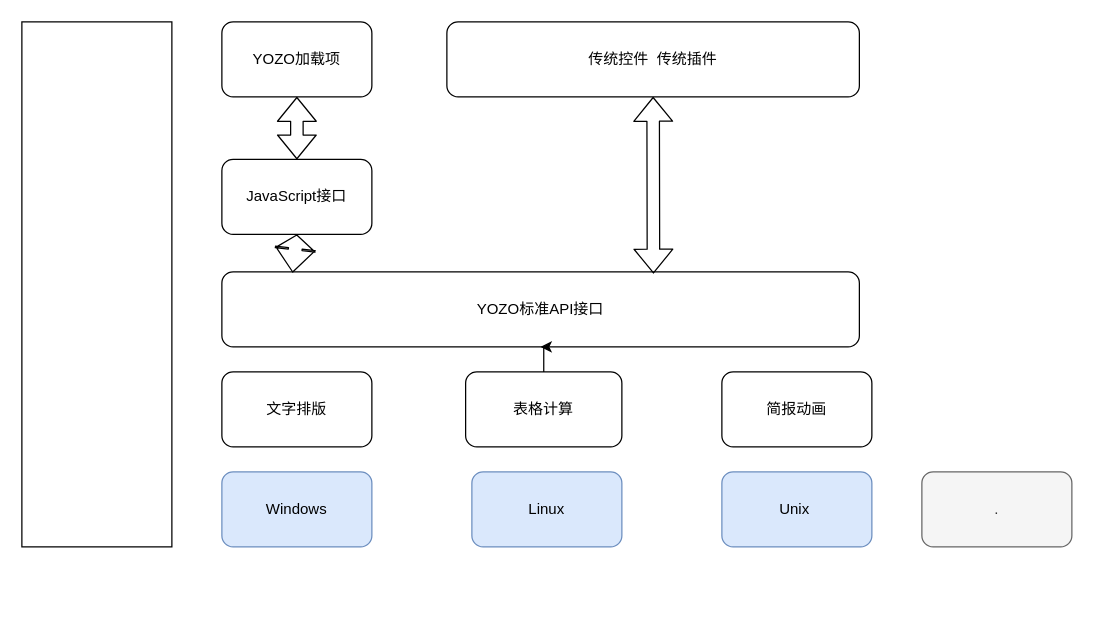
Before: images/JSAPI流程.drawio in SupermanLe/jvm, a draw.io diagram. Source tidied: cells renumbered, new cells numbered last; positions are measured from the earlier drawing's top-left corner, leaving out a move shared by most shapes. Both pictures are drawn from the tidied source at 125%, with x=0, y=0 at pixel (21, 21).
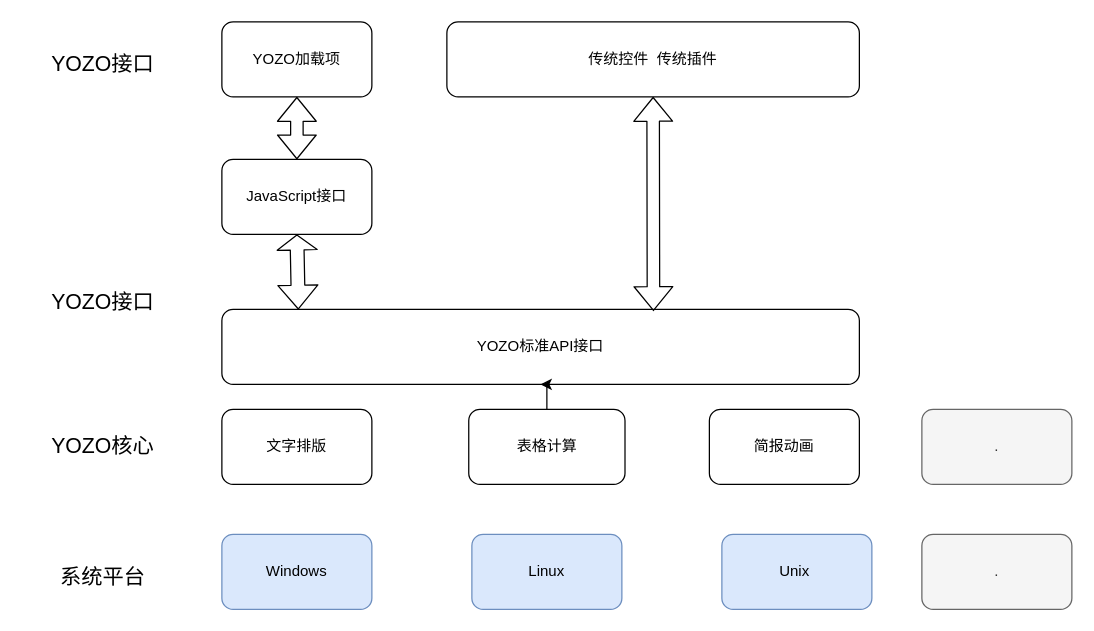
Above is the later version.

Unchanged cells that the change refers to:
```xml
<mxCell id="9" value="JavaScript接口" style="rounded=1;whiteSpace=wrap;html=1;" parent="1" vertex="1">
  <mxGeometry x="160" y="110" width="120" height="60" as="geometry" />
</mxCell>
```

Diff of the diagram source:
```diff
@@
     <mxCell id="2" value="Windows" style="rounded=1;whiteSpace=wrap;html=1;fillColor=#dae8fc;strokeColor=#6c8ebf;" parent="1" vertex="1">
-      <mxGeometry x="160" y="360" width="120" height="60" as="geometry" />
+      <mxGeometry x="160" y="410" width="120" height="60" as="geometry" />
     </mxCell>
     <mxCell id="3" value="Linux" style="rounded=1;whiteSpace=wrap;html=1;fillColor=#dae8fc;strokeColor=#6c8ebf;" parent="1" vertex="1">
-      <mxGeometry x="360" y="360" width="120" height="60" as="geometry" />
+      <mxGeometry x="360" y="410" width="120" height="60" as="geometry" />
     </mxCell>
     <mxCell id="4" value="Unix&amp;nbsp;" style="rounded=1;whiteSpace=wrap;html=1;fillColor=#dae8fc;strokeColor=#6c8ebf;" parent="1" vertex="1">
-      <mxGeometry x="560" y="360" width="120" height="60" as="geometry" />
+      <mxGeometry x="560" y="410" width="120" height="60" as="geometry" />
     </mxCell>
-    <mxCell id="5" style="whiteSpace=wrap;html=1;" parent="1" vertex="1">
-      <mxGeometry width="120" height="420" as="geometry" />
-    </mxCell>
     <mxCell id="6" value="." style="rounded=1;whiteSpace=wrap;html=1;fillColor=#f5f5f5;strokeColor=#666666;fontColor=#333333;" parent="1" vertex="1">
-      <mxGeometry x="720" y="360" width="120" height="60" as="geometry" />
+      <mxGeometry x="720" y="410" width="120" height="60" as="geometry" />
     </mxCell>
@@
     <mxCell id="10" value="YOZO标准API接口" style="rounded=1;whiteSpace=wrap;html=1;" parent="1" vertex="1">
-      <mxGeometry x="160" y="200" width="510" height="60" as="geometry" />
+      <mxGeometry x="160" y="230" width="510" height="60" as="geometry" />
     </mxCell>
     <mxCell id="11" value="文字排版" style="rounded=1;whiteSpace=wrap;html=1;" parent="1" vertex="1">
-      <mxGeometry x="160" y="280" width="120" height="60" as="geometry" />
+      <mxGeometry x="160" y="310" width="120" height="60" as="geometry" />
     </mxCell>
@@
     <mxCell id="13" value="表格计算" style="rounded=1;whiteSpace=wrap;html=1;" parent="1" vertex="1">
-      <mxGeometry x="355" y="280" width="125" height="60" as="geometry" />
+      <mxGeometry x="357.5" y="310" width="125" height="60" as="geometry" />
     </mxCell>
     <mxCell id="14" value="简报动画" style="rounded=1;whiteSpace=wrap;html=1;" parent="1" vertex="1">
-      <mxGeometry x="560" y="280" width="120" height="60" as="geometry" />
+      <mxGeometry x="550" y="310" width="120" height="60" as="geometry" />
     </mxCell>
@@
-    <mxCell id="17" style="shape=flexArrow;endArrow=classic;startArrow=classic;html=1;entryX=0.5;entryY=1;entryDx=0;entryDy=0;width=11;endSize=3.64;exitX=0.111;exitY=0.01;exitDx=0;exitDy=0;exitPerimeter=0;" parent="1" edge="1" source="10" target="9">
+    <mxCell id="17" style="shape=flexArrow;endArrow=classic;startArrow=classic;html=1;entryX=0.5;entryY=1;entryDx=0;entryDy=0;width=11;endSize=3.64;exitX=0.12;exitY=0.003;exitDx=0;exitDy=0;exitPerimeter=0;" parent="1" edge="1" source="10" target="9">
       <mxGeometry relative="1" as="geometry" />
     </mxCell>
+    <mxCell id="18" value="." style="rounded=1;whiteSpace=wrap;html=1;fillColor=#f5f5f5;strokeColor=#666666;fontColor=#333333;" parent="1" vertex="1">
+      <mxGeometry x="720" y="310" width="120" height="60" as="geometry" />
+    </mxCell>
+    <mxCell id="19" value="&lt;font style=&quot;font-size: 17px&quot;&gt;YOZO接口&lt;/font&gt;" style="text;html=1;strokeColor=none;fillColor=none;align=center;verticalAlign=middle;whiteSpace=wrap;rounded=0;" parent="1" vertex="1">
+      <mxGeometry x="20" y="20" width="90" height="30" as="geometry" />
+    </mxCell>
+    <mxCell id="20" value="&lt;font style=&quot;font-size: 17px&quot;&gt;YOZO接口&lt;/font&gt;" style="text;html=1;strokeColor=none;fillColor=none;align=center;verticalAlign=middle;whiteSpace=wrap;rounded=0;" parent="1" vertex="1">
+      <mxGeometry x="20" y="210" width="90" height="30" as="geometry" />
+    </mxCell>
+    <mxCell id="21" value="&lt;span style=&quot;font-size: 17px&quot;&gt;YOZO核心&lt;/span&gt;" style="text;html=1;strokeColor=none;fillColor=none;align=center;verticalAlign=middle;whiteSpace=wrap;rounded=0;" parent="1" vertex="1">
+      <mxGeometry x="20" y="325" width="90" height="30" as="geometry" />
+    </mxCell>
+    <mxCell id="22" value="&lt;span style=&quot;font-size: 17px&quot;&gt;系统平台&lt;/span&gt;" style="text;html=1;strokeColor=none;fillColor=none;align=center;verticalAlign=middle;whiteSpace=wrap;rounded=0;" parent="1" vertex="1">
+      <mxGeometry x="20" y="430" width="90" height="30" as="geometry" />
+    </mxCell>
```
